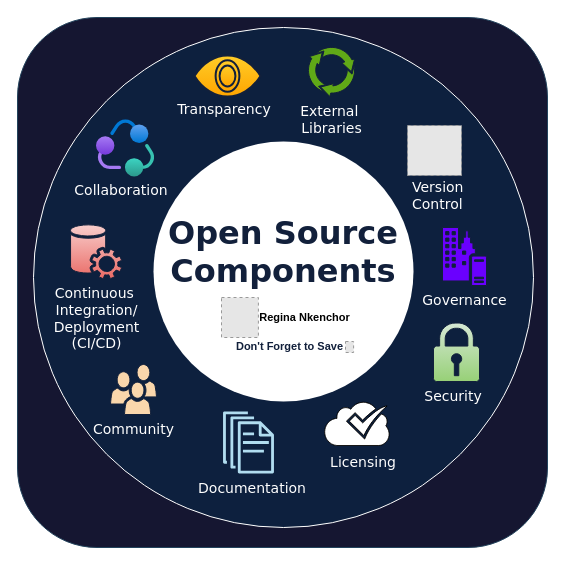
Earlier version of the draw.io diagram page "Component of open source software" (2 of 4) of Untitled Diagram.drawio (nkemregina/Open-Source-OSPO-Diagrams). Source tidied: cells renumbered, new cells numbered last; positions are measured from the earlier drawing's top-left corner, leaving out a move shared by most shapes. Both pictures are drawn from the tidied source at 100%, with x=0, y=0 at pixel (17, 17). Pictures stored in the file or linked from it are replaced by grey dashed boxes.
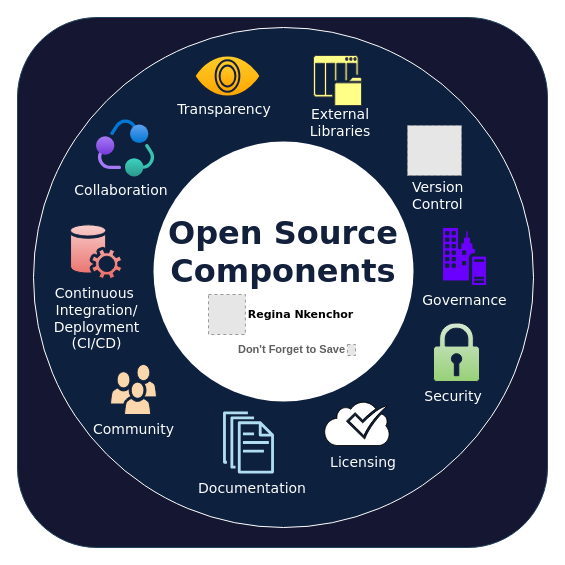
The same diagram, later.

The edit, as a diff of the source:
```diff
@@
-    <mxCell id="8" value="&lt;div&gt;External&amp;nbsp;&lt;/div&gt;&lt;div&gt;Libraries&lt;/div&gt;" style="shadow=0;dashed=0;html=1;strokeColor=#12203b;shape=mxgraph.mscae.general.continuous_cycle;fillColor=#60a917;rounded=0;comic=0;fontFamily=Verdana;fontSize=14;fontColor=#ffffff;verticalAlign=top;labelPosition=center;verticalLabelPosition=bottom;align=center;" parent="1" vertex="1">
-      <mxGeometry x="290" y="29" width="48" height="50" as="geometry" />
-    </mxCell>
@@
     <mxCell id="22" style="fillColor=#E6E6E6;strokeColor=#999999;dashed=1;verticalLabelPosition=bottom;labelBackgroundColor=default;verticalAlign=top;" parent="1" vertex="1">
-      <mxGeometry x="204" y="280" width="36.9" height="40" as="geometry" />
+      <mxGeometry x="191" y="277" width="36.9" height="40" as="geometry" />
     </mxCell>
-    <mxCell id="23" value="&lt;b&gt;Regina Nkenchor &lt;/b&gt;" style="text;html=1;align=center;verticalAlign=middle;whiteSpace=wrap;rounded=0;fontFamily=Helvetica;fontSize=11;fontColor=default;labelBackgroundColor=default;" parent="1" vertex="1">
-      <mxGeometry x="235" y="285" width="105" height="30" as="geometry" />
+    <mxCell id="23" value="&lt;b&gt;Regina Nkenchor &lt;/b&gt;" style="text;html=1;align=center;verticalAlign=middle;whiteSpace=wrap;rounded=0;fontFamily=Verdana;fontSize=11;fontColor=default;labelBackgroundColor=default;" parent="1" vertex="1">
+      <mxGeometry x="226" y="282" width="115" height="30" as="geometry" />
     </mxCell>
-    <mxCell id="24" value="&lt;b&gt;Don't Forget to Save&lt;/b&gt;" style="text;html=1;align=center;verticalAlign=middle;whiteSpace=wrap;rounded=0;fontFamily=Helvetica;fontSize=11;fontColor=#12203b;labelBackgroundColor=default;" parent="1" vertex="1">
-      <mxGeometry x="215" y="314" width="115" height="30" as="geometry" />
+    <mxCell id="24" value="&lt;font color=&quot;#5e5e5e&quot;&gt;&lt;b&gt;Don't Forget to Save&lt;/b&gt;&lt;/font&gt;" style="text;html=1;align=center;verticalAlign=middle;whiteSpace=wrap;rounded=0;fontFamily=Helvetica;fontSize=11;fontColor=#12203b;labelBackgroundColor=default;" parent="1" vertex="1">
+      <mxGeometry x="216.9" y="317" width="115" height="30" as="geometry" />
     </mxCell>
     <mxCell id="25" style="fillColor=#E6E6E6;strokeColor=#999999;dashed=1;verticalLabelPosition=bottom;labelBackgroundColor=#ffffff;verticalAlign=top;fontColor=#12203b;" parent="1" vertex="1">
-      <mxGeometry x="328" y="324" width="8.1" height="11" as="geometry" />
+      <mxGeometry x="329.9" y="327" width="8.1" height="11" as="geometry" />
     </mxCell>
+    <mxCell id="26" style="sketch=0;shadow=0;dashed=0;html=1;strokeColor=#36393d;fillColor=#ffff88;labelPosition=center;verticalLabelPosition=bottom;verticalAlign=top;align=center;shape=mxgraph.office.concepts.list_library;fontFamily=Helvetica;fontSize=11;labelBackgroundColor=default;" parent="1" vertex="1">
+      <mxGeometry x="296" y="38" width="48" height="50" as="geometry" />
+    </mxCell>
+    <mxCell id="8" value="External Libraries" style="text;html=1;align=center;verticalAlign=middle;whiteSpace=wrap;rounded=0;fontFamily=Verdana;fontSize=14;fontColor=#ffffff;labelBackgroundColor=none;" parent="1" vertex="1">
+      <mxGeometry x="273" y="90" width="100" height="30" as="geometry" />
+    </mxCell>
```
